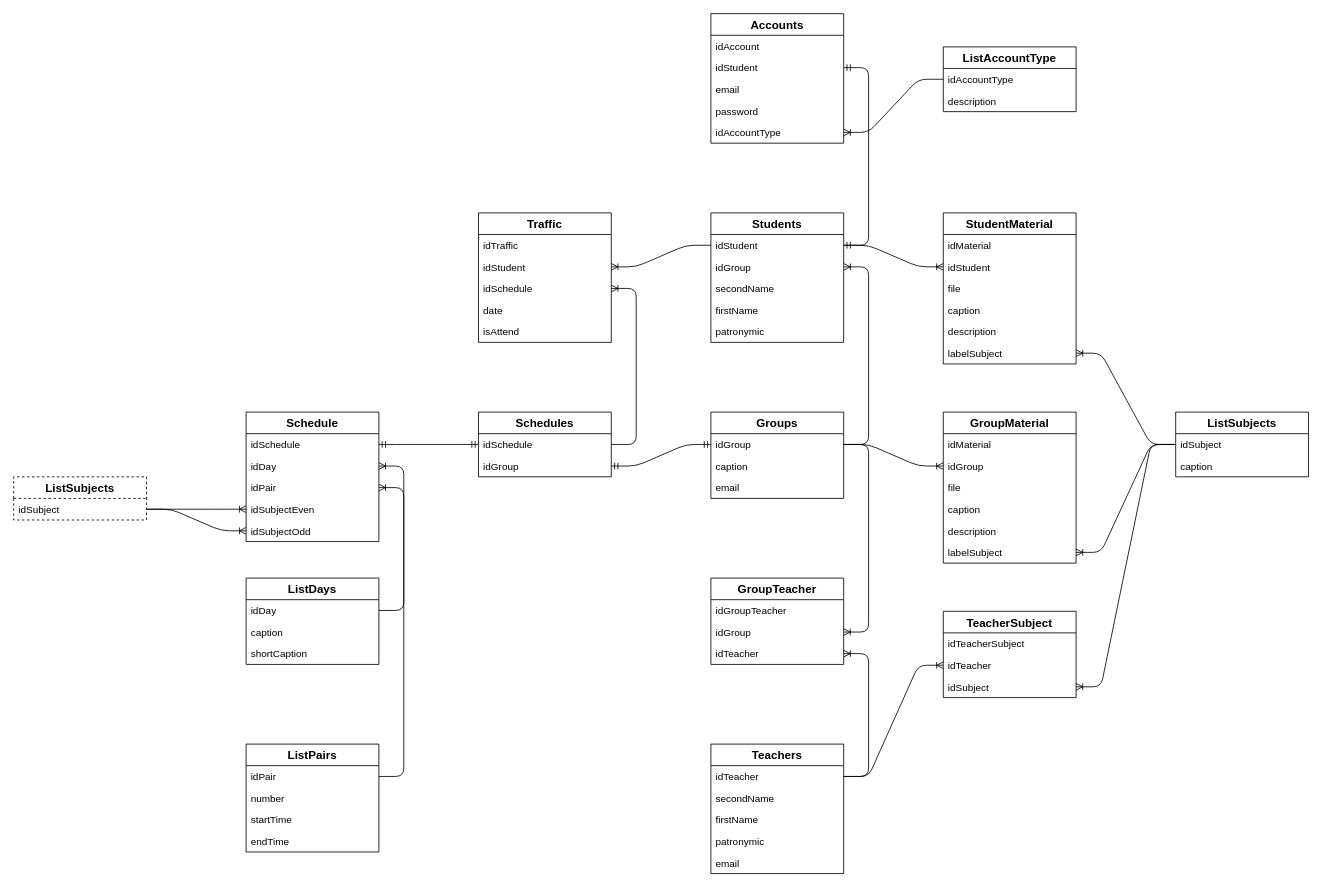
The draw.io diagram page "Основные таблицы" (1 of 3) of documentation/database/media/database.drawio in Crutches-Bicycles/StudyHelper, before the edit. Source tidied: cells renumbered, new cells numbered last; positions are measured from the earlier drawing's top-left corner, leaving out a move shared by most shapes. Both pictures are drawn from the tidied source at 83%, with x=0, y=0 at pixel (13, 13).
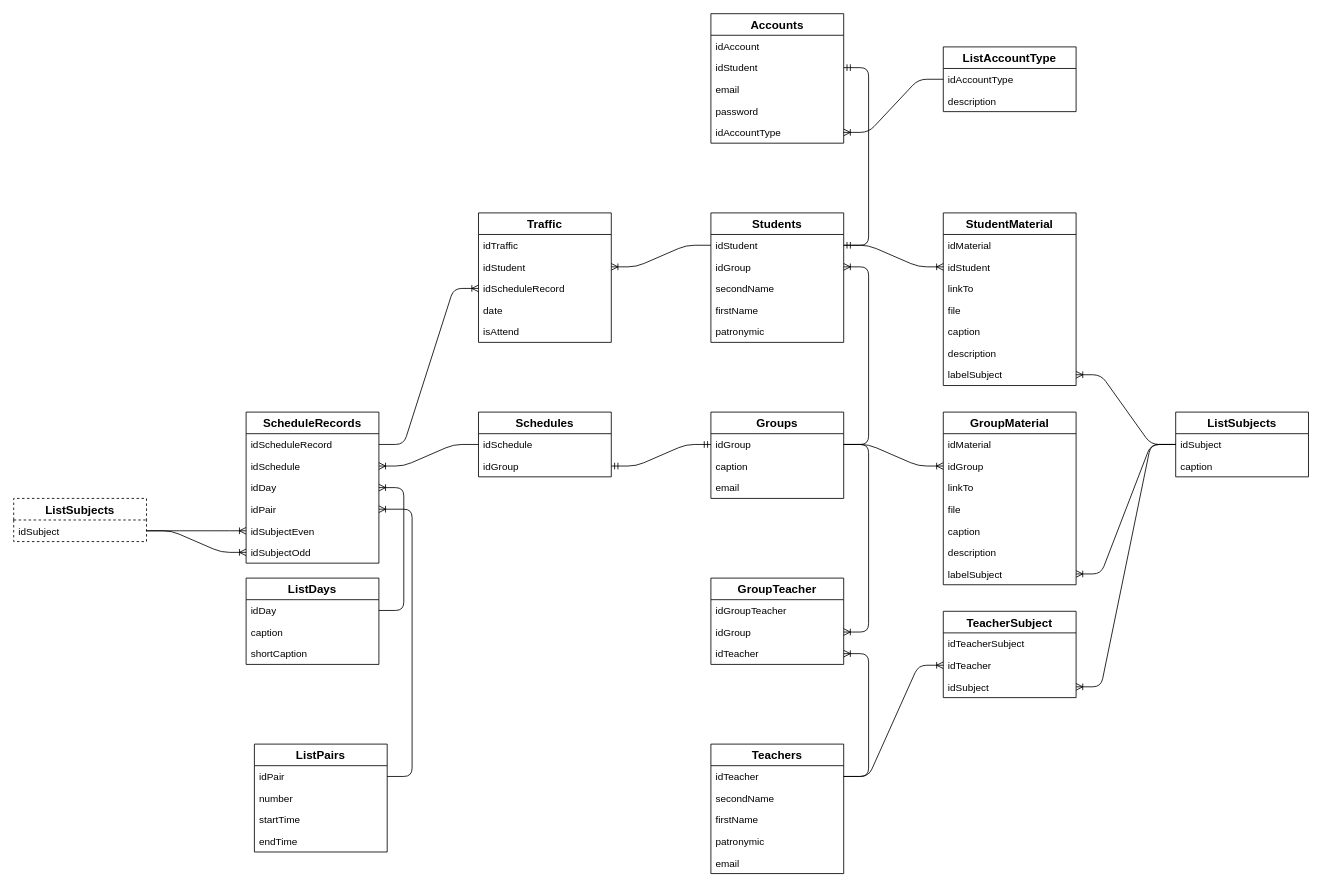
Above is the later version.

The change refers to these unchanged cells:
```xml
<mxCell id="71" value="Traffic" style="swimlane;fontStyle=1;horizontal=1;startSize=26;align=center;fontSize=14;" parent="1" vertex="1">
  <mxGeometry x="560" y="240" width="160" height="156" as="geometry" />
</mxCell>
<mxCell id="78" value="idSchedule" style="text;strokeColor=none;fillColor=none;spacingLeft=4;spacingRight=4;overflow=hidden;points=[[0,0.5],[1,0.5]];portConstraint=eastwest;fontSize=12;" parent="77" vertex="1">
  <mxGeometry y="26" width="160" height="26" as="geometry" />
</mxCell>
```

Diff of the diagram source:
```diff
@@
-    <mxCell id="16" style="edgeStyle=entityRelationEdgeStyle;fontSize=12;html=1;endArrow=ERmandOne;startArrow=ERmandOne;" parent="1" edge="1" source="81" target="78">
-      <mxGeometry relative="1" as="geometry" />
-    </mxCell>
@@
-    <mxCell id="26" style="edgeStyle=entityRelationEdgeStyle;fontSize=12;html=1;endArrow=ERoneToMany;" parent="1" edge="1" source="78" target="74">
+    <mxCell id="26" style="edgeStyle=entityRelationEdgeStyle;fontSize=12;html=1;endArrow=ERoneToMany;" parent="1" edge="1" source="99" target="74">
       <mxGeometry relative="1" as="geometry" />
     </mxCell>
@@
     <mxCell id="30" value="StudentMaterial" style="swimlane;fontStyle=1;horizontal=1;startSize=26;align=center;fontSize=14;" parent="1" vertex="1">
-      <mxGeometry x="1120" y="240" width="160" height="182" as="geometry" />
+      <mxGeometry x="1120" y="240" width="160" height="208" as="geometry" />
     </mxCell>
@@
+    <mxCell id="97" value="linkTo" style="text;strokeColor=none;fillColor=none;spacingLeft=4;spacingRight=4;overflow=hidden;fontSize=12;" parent="30" vertex="1">
+      <mxGeometry y="78" width="160" height="26" as="geometry" />
+    </mxCell>
     <mxCell id="33" value="file" style="text;strokeColor=none;fillColor=none;spacingLeft=4;spacingRight=4;overflow=hidden;fontSize=12;" parent="30" vertex="1">
-      <mxGeometry y="78" width="160" height="26" as="geometry" />
+      <mxGeometry y="104" width="160" height="26" as="geometry" />
     </mxCell>
     <mxCell id="34" value="caption" style="text;strokeColor=none;fillColor=none;spacingLeft=4;spacingRight=4;overflow=hidden;fontSize=12;" parent="30" vertex="1">
-      <mxGeometry y="104" width="160" height="26" as="geometry" />
+      <mxGeometry y="130" width="160" height="26" as="geometry" />
     </mxCell>
     <mxCell id="35" value="description" style="text;strokeColor=none;fillColor=none;spacingLeft=4;spacingRight=4;overflow=hidden;fontSize=12;" parent="30" vertex="1">
-      <mxGeometry y="130" width="160" height="26" as="geometry" />
+      <mxGeometry y="156" width="160" height="26" as="geometry" />
     </mxCell>
     <mxCell id="36" value="labelSubject" style="text;strokeColor=none;fillColor=none;spacingLeft=4;spacingRight=4;overflow=hidden;points=[[0,0.5],[1,0.5]];portConstraint=eastwest;fontSize=12;" parent="30" vertex="1">
-      <mxGeometry y="156" width="160" height="26" as="geometry" />
+      <mxGeometry y="182" width="160" height="26" as="geometry" />
     </mxCell>
     <mxCell id="37" value="GroupMaterial" style="swimlane;fontStyle=1;horizontal=1;startSize=26;align=center;fontSize=14;" parent="1" vertex="1">
-      <mxGeometry x="1120" y="480" width="160" height="182" as="geometry" />
+      <mxGeometry x="1120" y="480" width="160" height="208" as="geometry" />
     </mxCell>
@@
+    <mxCell id="98" value="linkTo" style="text;strokeColor=none;fillColor=none;spacingLeft=4;spacingRight=4;overflow=hidden;fontSize=12;" parent="37" vertex="1">
+      <mxGeometry y="78" width="160" height="26" as="geometry" />
+    </mxCell>
     <mxCell id="40" value="file" style="text;strokeColor=none;fillColor=none;spacingLeft=4;spacingRight=4;overflow=hidden;fontSize=12;" parent="37" vertex="1">
-      <mxGeometry y="78" width="160" height="26" as="geometry" />
+      <mxGeometry y="104" width="160" height="26" as="geometry" />
     </mxCell>
     <mxCell id="41" value="caption" style="text;strokeColor=none;fillColor=none;spacingLeft=4;spacingRight=4;overflow=hidden;fontSize=12;" parent="37" vertex="1">
-      <mxGeometry y="104" width="160" height="26" as="geometry" />
+      <mxGeometry y="130" width="160" height="26" as="geometry" />
     </mxCell>
     <mxCell id="42" value="description" style="text;strokeColor=none;fillColor=none;spacingLeft=4;spacingRight=4;overflow=hidden;fontSize=12;" parent="37" vertex="1">
-      <mxGeometry y="130" width="160" height="26" as="geometry" />
+      <mxGeometry y="156" width="160" height="26" as="geometry" />
     </mxCell>
     <mxCell id="43" value="labelSubject" style="text;strokeColor=none;fillColor=none;spacingLeft=4;spacingRight=4;overflow=hidden;points=[[0,0.5],[1,0.5]];portConstraint=eastwest;fontSize=12;" parent="37" vertex="1">
-      <mxGeometry y="156" width="160" height="26" as="geometry" />
+      <mxGeometry y="182" width="160" height="26" as="geometry" />
     </mxCell>
@@
-    <mxCell id="74" value="idSchedule" style="text;strokeColor=none;fillColor=none;spacingLeft=4;spacingRight=4;overflow=hidden;points=[[0,0.5],[1,0.5]];portConstraint=eastwest;fontSize=12;" parent="71" vertex="1">
+    <mxCell id="74" value="idScheduleRecord" style="text;strokeColor=none;fillColor=none;spacingLeft=4;spacingRight=4;overflow=hidden;points=[[0,0.5],[1,0.5]];portConstraint=eastwest;fontSize=12;" parent="71" vertex="1">
       <mxGeometry y="78" width="160" height="26" as="geometry" />
     </mxCell>
@@
-    <mxCell id="80" value="Schedule" style="swimlane;fontStyle=1;horizontal=1;startSize=26;align=center;fontSize=14;" parent="1" vertex="1">
-      <mxGeometry x="280" y="480" width="160" height="156" as="geometry" />
+    <mxCell id="80" value="ScheduleRecords" style="swimlane;fontStyle=1;horizontal=1;startSize=26;align=center;fontSize=14;" parent="1" vertex="1">
+      <mxGeometry x="280" y="480" width="160" height="182" as="geometry" />
     </mxCell>
+    <mxCell id="99" value="idScheduleRecord" style="text;strokeColor=none;fillColor=none;spacingLeft=4;spacingRight=4;overflow=hidden;points=[[0,0.5],[1,0.5]];portConstraint=eastwest;fontSize=12;" parent="80" vertex="1">
+      <mxGeometry y="26" width="160" height="26" as="geometry" />
+    </mxCell>
     <mxCell id="81" value="idSchedule" style="text;strokeColor=none;fillColor=none;spacingLeft=4;spacingRight=4;overflow=hidden;points=[[0,0.5],[1,0.5]];portConstraint=eastwest;fontSize=12;" parent="80" vertex="1">
-      <mxGeometry y="26" width="160" height="26" as="geometry" />
+      <mxGeometry y="52" width="160" height="26" as="geometry" />
     </mxCell>
     <mxCell id="82" value="idDay" style="text;strokeColor=none;fillColor=none;spacingLeft=4;spacingRight=4;overflow=hidden;points=[[0,0.5],[1,0.5]];portConstraint=eastwest;fontSize=12;" parent="80" vertex="1">
-      <mxGeometry y="52" width="160" height="26" as="geometry" />
+      <mxGeometry y="78" width="160" height="26" as="geometry" />
     </mxCell>
     <mxCell id="83" value="idPair" style="text;strokeColor=none;fillColor=none;spacingLeft=4;spacingRight=4;overflow=hidden;points=[[0,0.5],[1,0.5]];portConstraint=eastwest;fontSize=12;" parent="80" vertex="1">
-      <mxGeometry y="78" width="160" height="26" as="geometry" />
+      <mxGeometry y="104" width="160" height="26" as="geometry" />
     </mxCell>
     <mxCell id="84" value="idSubjectEven" style="text;strokeColor=none;fillColor=none;spacingLeft=4;spacingRight=4;overflow=hidden;points=[[0,0.5],[1,0.5]];portConstraint=eastwest;fontSize=12;" parent="80" vertex="1">
-      <mxGeometry y="104" width="160" height="26" as="geometry" />
+      <mxGeometry y="130" width="160" height="26" as="geometry" />
     </mxCell>
     <mxCell id="85" value="idSubjectOdd" style="text;strokeColor=none;fillColor=none;spacingLeft=4;spacingRight=4;overflow=hidden;points=[[0,0.5],[1,0.5]];portConstraint=eastwest;fontSize=12;" parent="80" vertex="1">
-      <mxGeometry y="130" width="160" height="26" as="geometry" />
+      <mxGeometry y="156" width="160" height="26" as="geometry" />
     </mxCell>
@@
+    <mxCell id="100" style="edgeStyle=entityRelationEdgeStyle;fontSize=12;html=1;endArrow=ERoneToMany;" parent="1" edge="1" source="78" target="81">
+      <mxGeometry relative="1" as="geometry" />
+    </mxCell>
     <mxCell id="90" value="ListSubjects" style="swimlane;fontStyle=1;horizontal=1;startSize=26;align=center;fontSize=14;dashed=1;" parent="1" vertex="1">
-      <mxGeometry y="558" width="160" height="52" as="geometry" />
+      <mxGeometry y="584" width="160" height="52" as="geometry" />
     </mxCell>
@@
     <mxCell id="92" value="ListPairs" style="swimlane;fontStyle=1;horizontal=1;startSize=26;align=center;fontSize=14;" parent="1" vertex="1">
-      <mxGeometry x="280" y="880" width="160" height="130" as="geometry" />
+      <mxGeometry x="290" y="880" width="160" height="130" as="geometry" />
     </mxCell>
```
